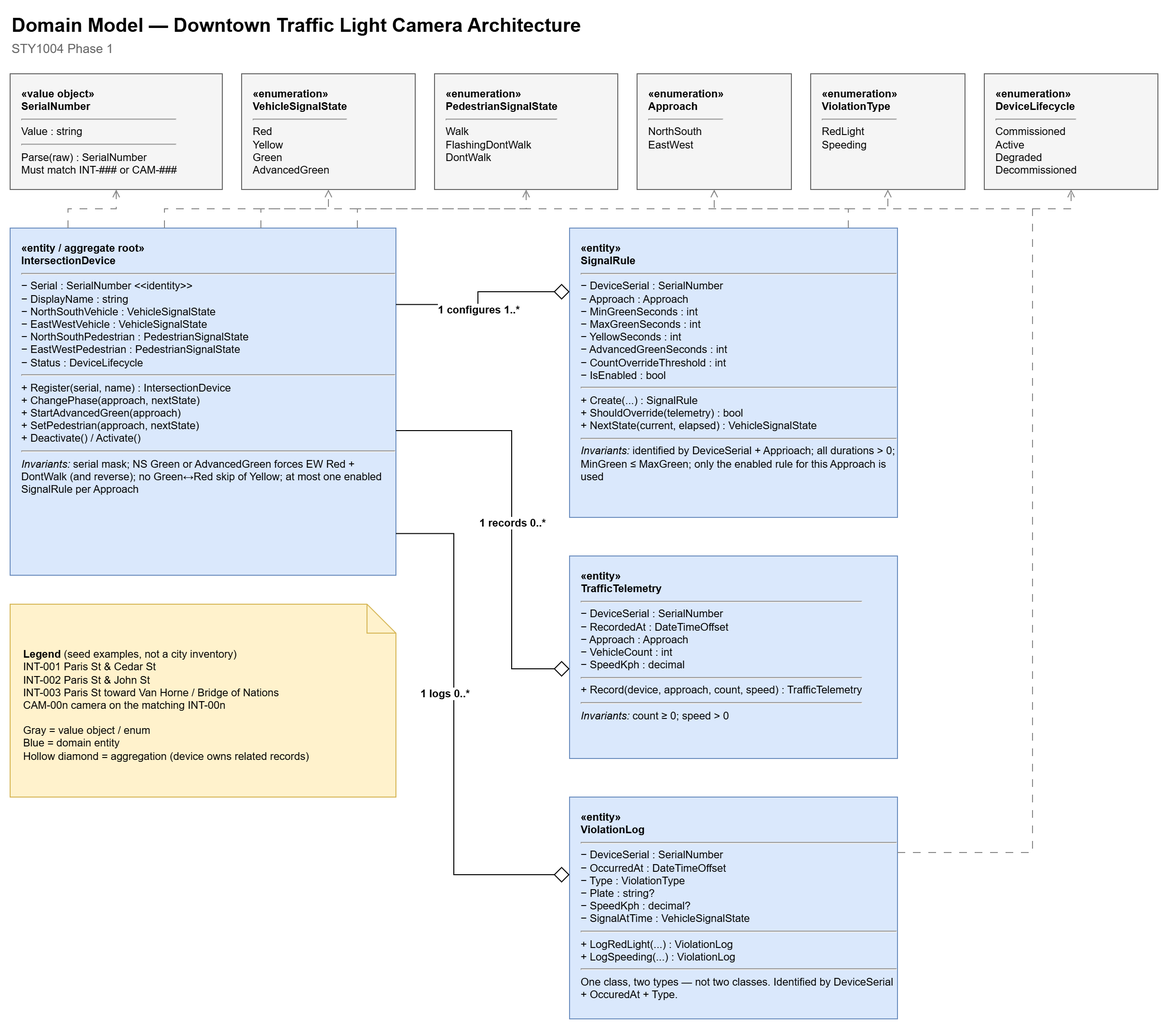
ryanspencer20/STY1004---Capstone-Project keeps this draw.io diagram as Phase 1/Domain-Model-Diagram.png. Above is the earlier version. Source tidied: cells renumbered, new cells last; positions are measured from the earlier drawing's top-left corner, leaving out a move shared by most shapes.
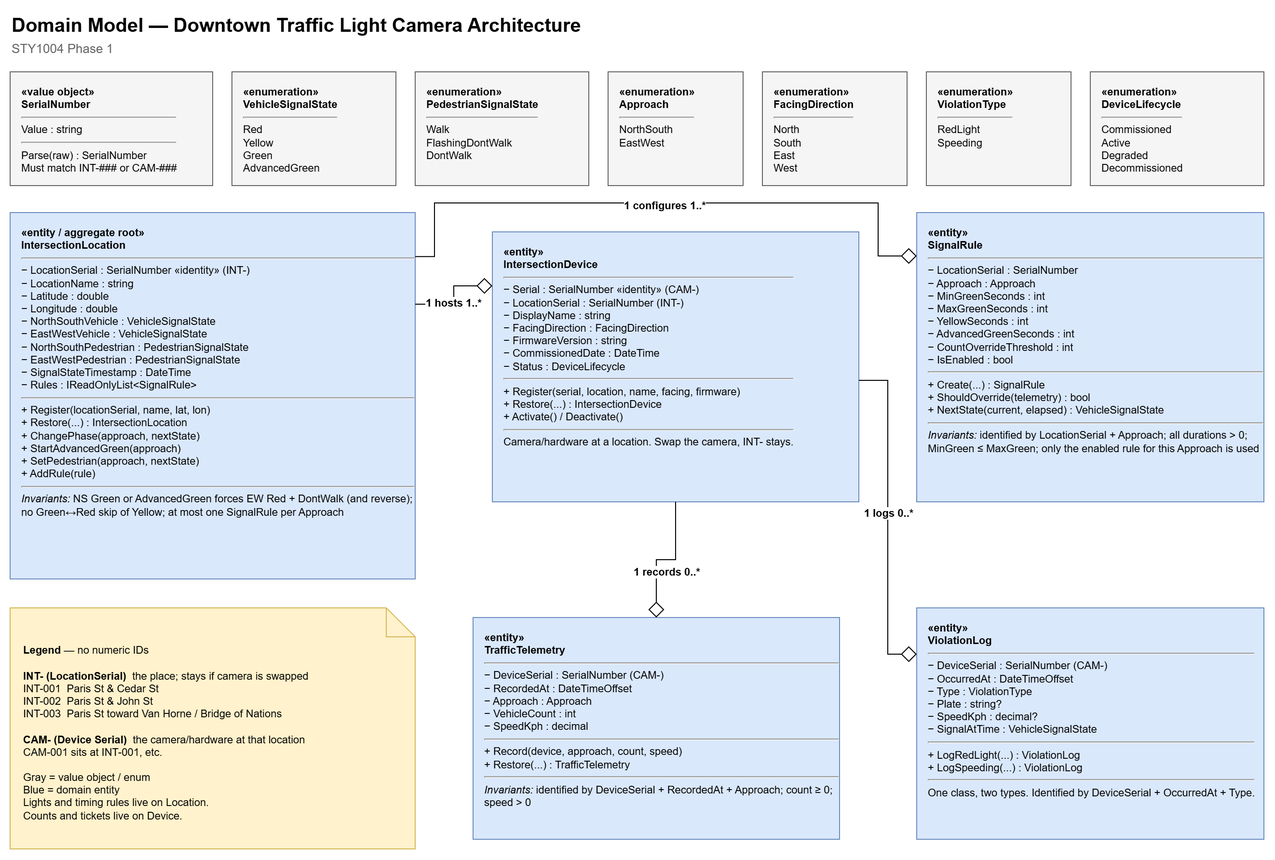
After the commit.

Commit message:
Update Phase 1 domain class diagram.

Change to the diagram source:
```diff
@@ -3,104 +3,84 @@
     <mxCell id="0" />
     <mxCell id="1" parent="0" />
     <mxCell id="2" value="Domain Model — Downtown Traffic Light Camera Architecture" style="text;html=1;strokeColor=none;fillColor=none;align=left;verticalAlign=middle;fontSize=20;fontStyle=1;" parent="1" vertex="1">
-      <mxGeometry width="900" height="30" as="geometry" />
+      <mxGeometry y="-4" width="900" height="30" as="geometry" />
     </mxCell>
-    <mxCell id="3" value="STY1004 Phase 1&amp;nbsp;" style="text;html=1;strokeColor=none;fillColor=none;align=left;verticalAlign=middle;fontSize=13;fontColor=#666666;" parent="1" vertex="1">
-      <mxGeometry y="28" width="700" height="24" as="geometry" />
+    <mxCell id="3" value="STY1004 Phase 1" style="text;html=1;strokeColor=none;fillColor=none;align=left;verticalAlign=middle;fontSize=13;fontColor=#666666;" parent="1" vertex="1">
+      <mxGeometry y="24" width="700" height="24" as="geometry" />
     </mxCell>
     <mxCell id="4" value="&lt;b&gt;«value object»&lt;/b&gt;&lt;br&gt;&lt;b&gt;SerialNumber&lt;/b&gt;&lt;hr&gt;Value : string&lt;hr&gt;Parse(raw) : SerialNumber&lt;br&gt;Must match INT-### or CAM-###" style="rounded=0;whiteSpace=wrap;html=1;align=left;verticalAlign=top;spacingLeft=10;spacingTop=8;fillColor=#f5f5f5;strokeColor=#666666;fontSize=11;" parent="1" vertex="1">
-      <mxGeometry y="66" width="220" height="120" as="geometry" />
+      <mxGeometry y="60" width="210" height="118" as="geometry" />
     </mxCell>
     <mxCell id="5" value="&lt;b&gt;«enumeration»&lt;/b&gt;&lt;br&gt;&lt;b&gt;VehicleSignalState&lt;/b&gt;&lt;hr&gt;Red&lt;br&gt;Yellow&lt;br&gt;Green&lt;br&gt;AdvancedGreen" style="rounded=0;whiteSpace=wrap;html=1;align=left;verticalAlign=top;spacingLeft=10;spacingTop=8;fillColor=#f5f5f5;strokeColor=#666666;fontSize=11;" parent="1" vertex="1">
-      <mxGeometry x="240" y="66" width="180" height="120" as="geometry" />
+      <mxGeometry x="230" y="60" width="170" height="118" as="geometry" />
     </mxCell>
     <mxCell id="6" value="&lt;b&gt;«enumeration»&lt;/b&gt;&lt;br&gt;&lt;b&gt;PedestrianSignalState&lt;/b&gt;&lt;hr&gt;Walk&lt;br&gt;FlashingDontWalk&lt;br&gt;DontWalk" style="rounded=0;whiteSpace=wrap;html=1;align=left;verticalAlign=top;spacingLeft=10;spacingTop=8;fillColor=#f5f5f5;strokeColor=#666666;fontSize=11;" parent="1" vertex="1">
-      <mxGeometry x="440" y="66" width="190" height="120" as="geometry" />
+      <mxGeometry x="420" y="60" width="180" height="118" as="geometry" />
     </mxCell>
     <mxCell id="7" value="&lt;b&gt;«enumeration»&lt;/b&gt;&lt;br&gt;&lt;b&gt;Approach&lt;/b&gt;&lt;hr&gt;NorthSouth&lt;br&gt;EastWest" style="rounded=0;whiteSpace=wrap;html=1;align=left;verticalAlign=top;spacingLeft=10;spacingTop=8;fillColor=#f5f5f5;strokeColor=#666666;fontSize=11;" parent="1" vertex="1">
-      <mxGeometry x="650" y="66" width="160" height="120" as="geometry" />
+      <mxGeometry x="620" y="60" width="140" height="118" as="geometry" />
     </mxCell>
+    <mxCell id="27" value="&lt;b&gt;«enumeration»&lt;/b&gt;&lt;br&gt;&lt;b&gt;FacingDirection&lt;/b&gt;&lt;hr&gt;North&lt;br&gt;South&lt;br&gt;East&lt;br&gt;West" style="rounded=0;whiteSpace=wrap;html=1;align=left;verticalAlign=top;spacingLeft=10;spacingTop=8;fillColor=#f5f5f5;strokeColor=#666666;fontSize=11;" parent="1" vertex="1">
+      <mxGeometry x="780" y="60" width="150" height="118" as="geometry" />
+    </mxCell>
     <mxCell id="8" value="&lt;b&gt;«enumeration»&lt;/b&gt;&lt;br&gt;&lt;b&gt;ViolationType&lt;/b&gt;&lt;hr&gt;RedLight&lt;br&gt;Speeding" style="rounded=0;whiteSpace=wrap;html=1;align=left;verticalAlign=top;spacingLeft=10;spacingTop=8;fillColor=#f5f5f5;strokeColor=#666666;fontSize=11;" parent="1" vertex="1">
-      <mxGeometry x="830" y="66" width="160" height="120" as="geometry" />
+      <mxGeometry x="950" y="60" width="150" height="118" as="geometry" />
     </mxCell>
     <mxCell id="9" value="&lt;b&gt;«enumeration»&lt;/b&gt;&lt;br&gt;&lt;b&gt;DeviceLifecycle&lt;/b&gt;&lt;hr&gt;Commissioned&lt;br&gt;Active&lt;br&gt;Degraded&lt;br&gt;Decommissioned" style="rounded=0;whiteSpace=wrap;html=1;align=left;verticalAlign=top;spacingLeft=10;spacingTop=8;fillColor=#f5f5f5;strokeColor=#666666;fontSize=11;" parent="1" vertex="1">
-      <mxGeometry x="1010" y="66" width="180" height="120" as="geometry" />
+      <mxGeometry x="1120" y="60" width="180" height="118" as="geometry" />
     </mxCell>
+    <mxCell id="28" value="&lt;b&gt;«entity / aggregate root»&lt;/b&gt;&lt;br&gt;&lt;b&gt;IntersectionLocation&lt;/b&gt;&lt;hr&gt;− LocationSerial : SerialNumber  «identity»  (INT-)&lt;br&gt;− LocationName : string&lt;br&gt;− Latitude : double&lt;br&gt;− Longitude : double&lt;br&gt;− NorthSouthVehicle : VehicleSignalState&lt;br&gt;− EastWestVehicle : VehicleSignalState&lt;br&gt;− NorthSouthPedestrian : PedestrianSignalState&lt;br&gt;− EastWestPedestrian : PedestrianSignalState&lt;br&gt;− SignalStateTimestamp : DateTime&lt;br&gt;− Rules : IReadOnlyList&amp;lt;SignalRule&amp;gt;&lt;hr&gt;+ Register(locationSerial, name, lat, lon)&lt;br&gt;+ Restore(...) : IntersectionLocation&lt;br&gt;+ ChangePhase(approach, nextState)&lt;br&gt;+ StartAdvancedGreen(approach)&lt;br&gt;+ SetPedestrian(approach, nextState)&lt;br&gt;+ AddRule(rule)&lt;hr&gt;&lt;i&gt;Invariants:&lt;/i&gt; NS Green or AdvancedGreen forces EW Red + DontWalk (and reverse); no Green↔Red skip of Yellow; at most one SignalRule per Approach" style="rounded=0;whiteSpace=wrap;html=1;align=left;verticalAlign=top;spacingLeft=10;spacingTop=8;fillColor=#dae8fc;strokeColor=#6c8ebf;fontSize=11;" parent="1" vertex="1">
+      <mxGeometry y="206" width="420" height="380" as="geometry" />
+    </mxCell>
-    <mxCell id="10" value="&lt;b&gt;«entity / aggregate root»&lt;/b&gt;&lt;br&gt;&lt;b&gt;IntersectionDevice&lt;/b&gt;&lt;hr&gt;− Serial : SerialNumber &amp;lt;&amp;lt;identity&amp;gt;&amp;gt;&lt;br&gt;− DisplayName : string&lt;br&gt;− NorthSouthVehicle : VehicleSignalState&lt;br&gt;− EastWestVehicle : VehicleSignalState&lt;br&gt;− NorthSouthPedestrian : PedestrianSignalState&lt;br&gt;− EastWestPedestrian : PedestrianSignalState&lt;br&gt;− Status : DeviceLifecycle&lt;hr&gt;+ Register(serial, name) : IntersectionDevice&lt;br&gt;+ ChangePhase(approach, nextState)&lt;br&gt;+ StartAdvancedGreen(approach)&lt;br&gt;+ SetPedestrian(approach, nextState)&lt;br&gt;+ Deactivate() / Activate()&lt;hr&gt;&lt;i&gt;Invariants:&lt;/i&gt; serial mask; NS Green or AdvancedGreen forces EW Red + DontWalk (and reverse); no Green↔Red skip of Yellow; at most one enabled SignalRule per Approach" style="rounded=0;whiteSpace=wrap;html=1;align=left;verticalAlign=top;spacingLeft=10;spacingTop=8;fillColor=#dae8fc;strokeColor=#6c8ebf;fontSize=11;" parent="1" vertex="1">
-      <mxGeometry y="226" width="400" height="360" as="geometry" />
+    <mxCell id="10" value="&lt;b&gt;«entity»&lt;/b&gt;&lt;br&gt;&lt;b&gt;IntersectionDevice&lt;/b&gt;&lt;hr&gt;− Serial : SerialNumber  «identity»  (CAM-)&lt;br&gt;− LocationSerial : SerialNumber  (INT-)&lt;br&gt;− DisplayName : string&lt;br&gt;− FacingDirection : FacingDirection&lt;br&gt;− FirmwareVersion : string&lt;br&gt;− CommissionedDate : DateTime&lt;br&gt;− Status : DeviceLifecycle&lt;hr&gt;+ Register(serial, location, name, facing, firmware)&lt;br&gt;+ Restore(...) : IntersectionDevice&lt;br&gt;+ Activate() / Deactivate()&lt;hr&gt;Camera/hardware at a location. Swap the camera, INT- stays." style="rounded=0;whiteSpace=wrap;html=1;align=left;verticalAlign=top;spacingLeft=10;spacingTop=8;fillColor=#dae8fc;strokeColor=#6c8ebf;fontSize=11;" parent="1" vertex="1">
+      <mxGeometry x="500" y="226" width="380" height="280" as="geometry" />
     </mxCell>
-    <mxCell id="11" value="&lt;b&gt;«entity»&lt;/b&gt;&lt;br&gt;&lt;b&gt;SignalRule&lt;/b&gt;&lt;hr&gt;− DeviceSerial : SerialNumber&lt;br&gt;− Approach : Approach&lt;br&gt;− MinGreenSeconds : int&lt;br&gt;− MaxGreenSeconds : int&lt;br&gt;− YellowSeconds : int&lt;br&gt;− AdvancedGreenSeconds : int&lt;br&gt;− CountOverrideThreshold : int&lt;br&gt;− IsEnabled : bool&lt;hr&gt;+ Create(...) : SignalRule&lt;br&gt;+ ShouldOverride(telemetry) : bool&lt;br&gt;+ NextState(current, elapsed) : VehicleSignalState&lt;hr&gt;&lt;i&gt;Invariants:&lt;/i&gt;&amp;nbsp;identified by DeviceSerial + Apprioach; all durations &amp;gt; 0; MinGreen ≤ MaxGreen; only the enabled rule for this Approach is used" style="rounded=0;whiteSpace=wrap;html=1;align=left;verticalAlign=top;spacingLeft=10;spacingTop=8;fillColor=#dae8fc;strokeColor=#6c8ebf;fontSize=11;" parent="1" vertex="1">
-      <mxGeometry x="580" y="226" width="340" height="300" as="geometry" />
+    <mxCell id="11" value="&lt;b&gt;«entity»&lt;/b&gt;&lt;br&gt;&lt;b&gt;SignalRule&lt;/b&gt;&lt;hr&gt;− LocationSerial : SerialNumber&lt;br&gt;− Approach : Approach&lt;br&gt;− MinGreenSeconds : int&lt;br&gt;− MaxGreenSeconds : int&lt;br&gt;− YellowSeconds : int&lt;br&gt;− AdvancedGreenSeconds : int&lt;br&gt;− CountOverrideThreshold : int&lt;br&gt;− IsEnabled : bool&lt;hr&gt;+ Create(...) : SignalRule&lt;br&gt;+ ShouldOverride(telemetry) : bool&lt;br&gt;+ NextState(current, elapsed) : VehicleSignalState&lt;hr&gt;&lt;i&gt;Invariants:&lt;/i&gt; identified by LocationSerial + Approach; all durations &gt; 0; MinGreen ≤ MaxGreen; only the enabled rule for this Approach is used" style="rounded=0;whiteSpace=wrap;html=1;align=left;verticalAlign=top;spacingLeft=10;spacingTop=8;fillColor=#dae8fc;strokeColor=#6c8ebf;fontSize=11;" parent="1" vertex="1">
+      <mxGeometry x="940" y="206" width="360" height="300" as="geometry" />
     </mxCell>
-    <mxCell id="12" value="&lt;b&gt;«entity»&lt;/b&gt;&lt;br&gt;&lt;b&gt;TrafficTelemetry&lt;/b&gt;&lt;hr&gt;− DeviceSerial : SerialNumber&lt;br&gt;− RecordedAt : DateTimeOffset&lt;br&gt;− Approach : Approach&lt;br&gt;− VehicleCount : int&lt;br&gt;− SpeedKph : decimal&lt;hr&gt;+ Record(device, approach, count, speed) : TrafficTelemetry&lt;hr&gt;&lt;i&gt;Invariants:&lt;/i&gt; count ≥ 0; speed &amp;gt; 0" style="rounded=0;whiteSpace=wrap;html=1;align=left;verticalAlign=top;spacingLeft=10;spacingTop=8;fillColor=#dae8fc;strokeColor=#6c8ebf;fontSize=11;" parent="1" vertex="1">
-      <mxGeometry x="580" y="566" width="340" height="210" as="geometry" />
+    <mxCell id="12" value="&lt;b&gt;«entity»&lt;/b&gt;&lt;br&gt;&lt;b&gt;TrafficTelemetry&lt;/b&gt;&lt;hr&gt;− DeviceSerial : SerialNumber  (CAM-)&lt;br&gt;− RecordedAt : DateTimeOffset&lt;br&gt;− Approach : Approach&lt;br&gt;− VehicleCount : int&lt;br&gt;− SpeedKph : decimal&lt;hr&gt;+ Record(device, approach, count, speed)&lt;br&gt;+ Restore(...) : TrafficTelemetry&lt;hr&gt;&lt;i&gt;Invariants:&lt;/i&gt; identified by DeviceSerial + RecordedAt + Approach; count ≥ 0; speed &gt; 0" style="rounded=0;whiteSpace=wrap;html=1;align=left;verticalAlign=top;spacingLeft=10;spacingTop=8;fillColor=#dae8fc;strokeColor=#6c8ebf;fontSize=11;" parent="1" vertex="1">
+      <mxGeometry x="480" y="626" width="380" height="230" as="geometry" />
     </mxCell>
-    <mxCell id="13" value="&lt;b&gt;«entity»&lt;/b&gt;&lt;br&gt;&lt;b&gt;ViolationLog&lt;/b&gt;&lt;hr&gt;− DeviceSerial : SerialNumber&lt;br&gt;− OccurredAt : DateTimeOffset&lt;br&gt;− Type : ViolationType&lt;br&gt;− Plate : string?&lt;br&gt;− SpeedKph : decimal?&lt;br&gt;− SignalAtTime : VehicleSignalState&lt;hr&gt;+ LogRedLight(...) : ViolationLog&lt;br&gt;+ LogSpeeding(...) : ViolationLog&lt;hr&gt;One class, two types — not two classes. Identified by DeviceSerial + OccuredAt + Type." style="rounded=0;whiteSpace=wrap;html=1;align=left;verticalAlign=top;spacingLeft=10;spacingTop=8;fillColor=#dae8fc;strokeColor=#6c8ebf;fontSize=11;" parent="1" vertex="1">
-      <mxGeometry x="580" y="816" width="340" height="230" as="geometry" />
+    <mxCell id="13" value="&lt;b&gt;«entity»&lt;/b&gt;&lt;br&gt;&lt;b&gt;ViolationLog&lt;/b&gt;&lt;hr&gt;− DeviceSerial : SerialNumber  (CAM-)&lt;br&gt;− OccurredAt : DateTimeOffset&lt;br&gt;− Type : ViolationType&lt;br&gt;− Plate : string?&lt;br&gt;− SpeedKph : decimal?&lt;br&gt;− SignalAtTime : VehicleSignalState&lt;hr&gt;+ LogRedLight(...) : ViolationLog&lt;br&gt;+ LogSpeeding(...) : ViolationLog&lt;hr&gt;One class, two types. Identified by DeviceSerial + OccurredAt + Type." style="rounded=0;whiteSpace=wrap;html=1;align=left;verticalAlign=top;spacingLeft=10;spacingTop=8;fillColor=#dae8fc;strokeColor=#6c8ebf;fontSize=11;" parent="1" vertex="1">
+      <mxGeometry x="940" y="616" width="360" height="240" as="geometry" />
     </mxCell>
-    <mxCell id="14" value="&lt;b&gt;Legend&lt;/b&gt; (seed examples, not a city inventory)&lt;br&gt;INT-001  Paris St &amp;amp; Cedar St&lt;br&gt;INT-002  Paris St &amp;amp; John St&lt;br&gt;INT-003  Paris St toward Van Horne / Bridge of Nations&lt;br&gt;CAM-00n  camera on the matching INT-00n&lt;br&gt;&lt;br&gt;Gray = value object / enum&lt;br&gt;Blue = domain entity&lt;br&gt;Hollow diamond = aggregation (device owns related records)" style="shape=note;whiteSpace=wrap;html=1;align=left;spacingLeft=12;spacingTop=10;fillColor=#fff2cc;strokeColor=#d6b656;fontSize=11;" parent="1" vertex="1">
-      <mxGeometry y="616" width="400" height="200" as="geometry" />
+    <mxCell id="14" value="&lt;b&gt;Legend&lt;/b&gt; — no numeric IDs&lt;br&gt;&lt;br&gt;&lt;b&gt;INT- (LocationSerial)&lt;/b&gt;&amp;nbsp;&amp;nbsp;the place; stays if camera is swapped&lt;br&gt;INT-001&amp;nbsp;&amp;nbsp;Paris St &amp; Cedar St&lt;br&gt;INT-002&amp;nbsp;&amp;nbsp;Paris St &amp; John St&lt;br&gt;INT-003&amp;nbsp;&amp;nbsp;Paris St toward Van Horne / Bridge of Nations&lt;br&gt;&lt;br&gt;&lt;b&gt;CAM- (Device Serial)&lt;/b&gt;&amp;nbsp;&amp;nbsp;the camera/hardware at that location&lt;br&gt;CAM-001 sits at INT-001, etc.&lt;br&gt;&lt;br&gt;Gray = value object / enum&lt;br&gt;Blue = domain entity&lt;br&gt;Lights and timing rules live on Location.&lt;br&gt;Counts and tickets live on Device." style="shape=note;whiteSpace=wrap;html=1;align=left;spacingLeft=12;spacingTop=10;fillColor=#fff2cc;strokeColor=#d6b656;fontSize=11;" parent="1" vertex="1">
+      <mxGeometry y="616" width="420" height="250" as="geometry" />
     </mxCell>
-    <mxCell id="15" style="edgeStyle=orthogonalEdgeStyle;rounded=0;jettySize=auto;html=1;endArrow=diamond;endFill=0;endSize=14;strokeWidth=1;exitX=1;exitY=0.22;exitDx=0;exitDy=0;entryX=0;entryY=0.22;entryDx=0;entryDy=0;" parent="1" edge="1" source="10" target="11">
-      <mxGeometry relative="1" as="geometry" />
-    </mxCell>
+    <mxCell id="29" style="edgeStyle=orthogonalEdgeStyle;rounded=0;html=1;endArrow=diamond;endFill=0;endSize=14;exitX=1;exitY=0.25;entryX=0;entryY=0.2;" parent="1" edge="1" source="28" target="10">
+      <mxGeometry relative="1" as="geometry" />
+    </mxCell>
+    <mxCell id="30" value="1  hosts  1..*" style="edgeLabel;html=1;align=center;fontSize=11;fontStyle=1;labelBackgroundColor=#ffffff;" parent="29" vertex="1">
+      <mxGeometry x="-0.05" relative="1" as="geometry">
+        <mxPoint y="-7" as="offset" />
+      </mxGeometry>
+    </mxCell>
+    <mxCell id="31" style="edgeStyle=orthogonalEdgeStyle;rounded=0;html=1;endArrow=diamond;endFill=0;endSize=14;exitX=1;exitY=0.12;entryX=0;entryY=0.15;" parent="1" edge="1" source="28" target="11">
+      <mxGeometry relative="1" as="geometry">
+        <Array as="points">
+          <mxPoint x="440" y="252" />
+          <mxPoint x="440" y="196" />
+          <mxPoint x="900" y="196" />
+          <mxPoint x="900" y="251" />
+        </Array>
+      </mxGeometry>
+    </mxCell>
-    <mxCell id="16" value="1  configures  1..*" style="edgeLabel;html=1;align=center;fontSize=11;fontStyle=1;labelBackgroundColor=#ffffff;" parent="15" vertex="1">
-      <mxGeometry x="-0.05" relative="1" as="geometry" />
+    <mxCell id="16" value="1  configures  1..*" style="edgeLabel;html=1;align=center;fontSize=11;fontStyle=1;labelBackgroundColor=#ffffff;" parent="31" vertex="1">
+      <mxGeometry x="-0.15" relative="1" as="geometry">
+        <mxPoint x="46" y="-10" as="offset" />
+      </mxGeometry>
     </mxCell>
-    <mxCell id="17" style="edgeStyle=orthogonalEdgeStyle;rounded=0;orthogonalLoop=1;jettySize=auto;html=1;endArrow=diamond;endFill=0;endSize=14;strokeWidth=1;exitX=1;exitY=0.55;exitDx=0;exitDy=0;entryX=0;entryY=0.5;entryDx=0;entryDy=0;" parent="1" edge="1">
-      <mxGeometry relative="1" as="geometry">
-        <mxPoint x="400" y="436" as="sourcePoint" />
-        <mxPoint x="580" y="683" as="targetPoint" />
-        <Array as="points">
-          <mxPoint x="520" y="436" />
-          <mxPoint x="520" y="683" />
-        </Array>
-      </mxGeometry>
-    </mxCell>
+    <mxCell id="32" style="edgeStyle=orthogonalEdgeStyle;rounded=0;html=1;endArrow=diamond;endFill=0;endSize=14;exitX=0.5;exitY=1;entryX=0.5;entryY=0;" parent="1" edge="1" source="10" target="12">
+      <mxGeometry relative="1" as="geometry" />
+    </mxCell>
-    <mxCell id="18" value="1  records  0..*" style="edgeLabel;html=1;align=center;fontSize=11;fontStyle=1;labelBackgroundColor=#ffffff;" parent="17" vertex="1">
-      <mxGeometry x="-0.05" relative="1" as="geometry" />
+    <mxCell id="18" value="1  records  0..*" style="edgeLabel;html=1;align=center;fontSize=11;fontStyle=1;labelBackgroundColor=#ffffff;" parent="32" vertex="1">
+      <mxGeometry relative="1" as="geometry" />
     </mxCell>
-    <mxCell id="19" style="edgeStyle=orthogonalEdgeStyle;rounded=0;jettySize=auto;html=1;endArrow=diamond;endFill=0;endSize=14;strokeWidth=1;exitX=1;exitY=0.88;exitDx=0;exitDy=0;entryX=0;entryY=0.35;entryDx=0;entryDy=0;" parent="1" edge="1" source="10" target="13">
-      <mxGeometry relative="1" as="geometry">
-        <Array as="points">
-          <mxPoint x="460" y="543" />
-          <mxPoint x="460" y="896" />
-        </Array>
-      </mxGeometry>
+    <mxCell id="19" style="edgeStyle=orthogonalEdgeStyle;rounded=0;html=1;endArrow=diamond;endFill=0;endSize=14;exitX=1;exitY=0.55;entryX=0;entryY=0.2;" parent="1" edge="1" source="10" target="13">
+      <mxGeometry relative="1" as="geometry" />
     </mxCell>
     <mxCell id="20" value="1  logs  0..*" style="edgeLabel;html=1;align=center;fontSize=11;fontStyle=1;labelBackgroundColor=#ffffff;" parent="19" vertex="1">
-      <mxGeometry x="-0.2" relative="1" as="geometry">
-        <mxPoint x="-10" as="offset" />
-      </mxGeometry>
+      <mxGeometry x="-0.1" relative="1" as="geometry" />
     </mxCell>
-    <mxCell id="21" style="edgeStyle=orthogonalEdgeStyle;rounded=0;html=1;dashed=1;dashPattern=8 8;endArrow=open;endFill=0;exitX=0.15;exitY=0;exitDx=0;exitDy=0;entryX=0.5;entryY=1;entryDx=0;entryDy=0;strokeColor=#888888;" parent="1" edge="1" source="10" target="4">
-      <mxGeometry relative="1" as="geometry" />
-    </mxCell>
-    <mxCell id="22" style="edgeStyle=orthogonalEdgeStyle;rounded=0;html=1;dashed=1;dashPattern=8 8;endArrow=open;endFill=0;exitX=0.4;exitY=0;exitDx=0;exitDy=0;entryX=0.5;entryY=1;entryDx=0;entryDy=0;strokeColor=#888888;" parent="1" edge="1" source="10" target="5">
-      <mxGeometry relative="1" as="geometry" />
-    </mxCell>
-    <mxCell id="23" style="edgeStyle=orthogonalEdgeStyle;rounded=0;html=1;dashed=1;dashPattern=8 8;endArrow=open;endFill=0;exitX=0.65;exitY=0;exitDx=0;exitDy=0;entryX=0.5;entryY=1;entryDx=0;entryDy=0;strokeColor=#888888;" parent="1" edge="1" source="10" target="6">
-      <mxGeometry relative="1" as="geometry" />
-    </mxCell>
-    <mxCell id="24" style="edgeStyle=orthogonalEdgeStyle;rounded=0;html=1;dashed=1;dashPattern=8 8;endArrow=open;endFill=0;exitX=0.9;exitY=0;exitDx=0;exitDy=0;entryX=0.5;entryY=1;entryDx=0;entryDy=0;strokeColor=#888888;" parent="1" edge="1" source="10" target="9">
-      <mxGeometry relative="1" as="geometry">
-        <Array as="points">
-          <mxPoint x="360" y="206" />
-          <mxPoint x="1100" y="206" />
-        </Array>
-      </mxGeometry>
-    </mxCell>
-    <mxCell id="25" style="edgeStyle=orthogonalEdgeStyle;rounded=0;html=1;dashed=1;dashPattern=8 8;endArrow=open;endFill=0;exitX=0.85;exitY=0;exitDx=0;exitDy=0;entryX=0.5;entryY=1;entryDx=0;entryDy=0;strokeColor=#888888;" parent="1" edge="1" source="11" target="7">
-      <mxGeometry relative="1" as="geometry" />
-    </mxCell>
-    <mxCell id="26" style="edgeStyle=orthogonalEdgeStyle;rounded=0;html=1;dashed=1;dashPattern=8 8;endArrow=open;endFill=0;exitX=1;exitY=0.25;exitDx=0;exitDy=0;entryX=0.5;entryY=1;entryDx=0;entryDy=0;strokeColor=#888888;" parent="1" edge="1" source="13" target="8">
-      <mxGeometry relative="1" as="geometry">
-        <Array as="points">
-          <mxPoint x="1060" y="874" />
-          <mxPoint x="1060" y="206" />
-          <mxPoint x="910" y="206" />
-        </Array>
-      </mxGeometry>
-    </mxCell>
   </root>
 </mxGraphModel>
```
